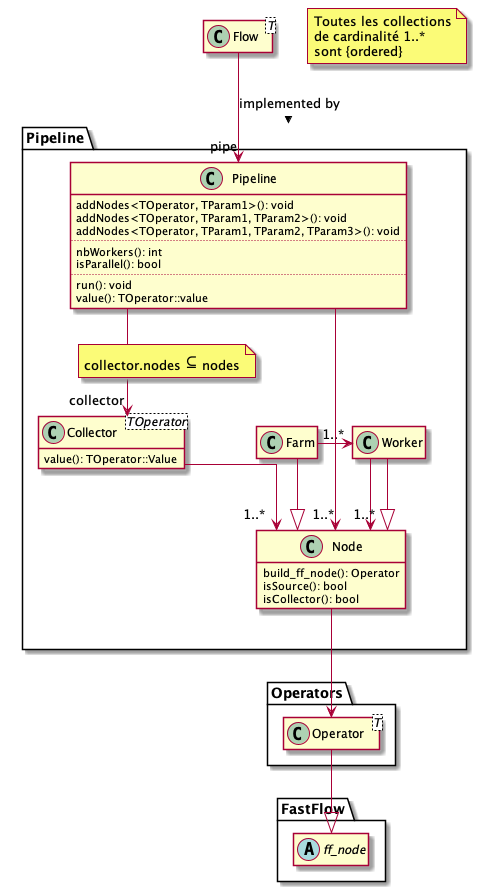
This is MemoireRedaction/Figures/pipeline.png from iulianc/PpFf, a PlantUML export, as it was before one commit.
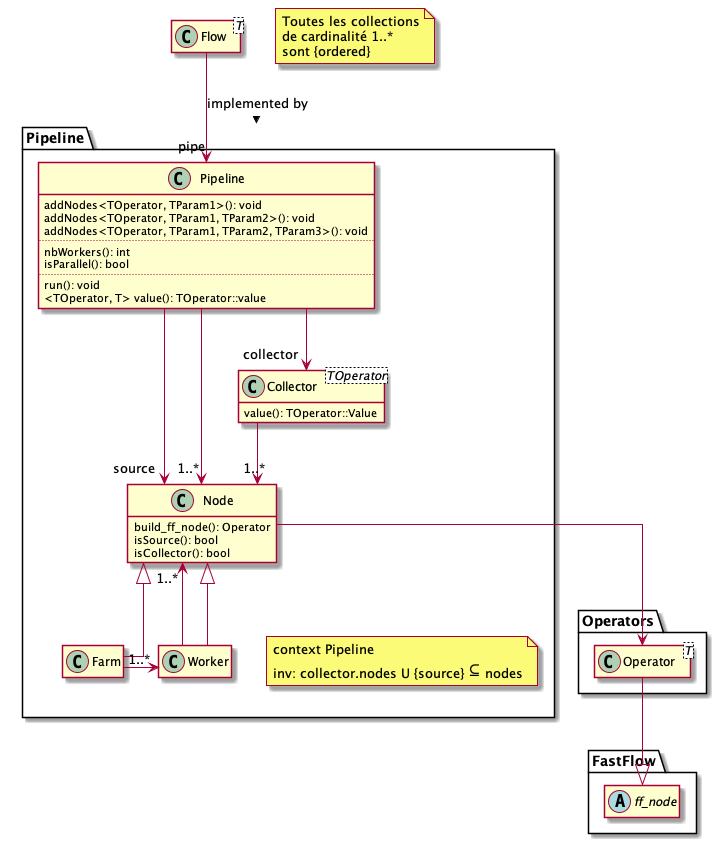
Later version of the same file.

Commit message:
Revise diagramme Pipeline

Change to the diagram source:
```diff
@@ -34,8 +34,14 @@
         isParallel(): bool
         ..
         run(): void
-        value(): TOperator::value
+        <TOperator, T> value(): TOperator::value
     }
+
+        class Node {
+            build_ff_node(): Operator
+            isSource(): bool
+            isCollector(): bool
+        }
 
     together {
         class Farm {
@@ -44,33 +50,36 @@
         class Worker {
         }
 
-        class Node {
-            build_ff_node(): Operator
-            isSource(): bool
-            isCollector(): bool
-        }
     }
 
     class Collector<TOperator> {
         value(): TOperator::Value
     }
+
+    note as N2
+    context Pipeline
+    inv: collector.nodes U {source} <size:20>&#8838;</size> nodes
+    end note
+
+    N2 .[hidden] Farm
 }
 
 
-    Farm --|> Node
-    Worker --|> Node
+    Node <|-- Farm
+    Node <|-- Worker
     Worker --> "1..*" Node
 
+
     Farm -> "1..*" Worker
-
 
     Collector --> "1..*" Node
 
 
     Pipeline --> "collector" Collector
-    note left on link: collector.nodes <size:20>&#8838;</size> nodes
+
 
     Pipeline --> "1..*" Node
+    Pipeline --> "source" Node
 
 
     Flow --> "pipe" Pipeline : implemented by >
@@ -81,9 +90,11 @@
   class Operator<T> {
   }
 
-  Node --> Operator
 }
 
 Operator --|> ff_node
 
+Node --> Operator
+
+
 @enduml
```
